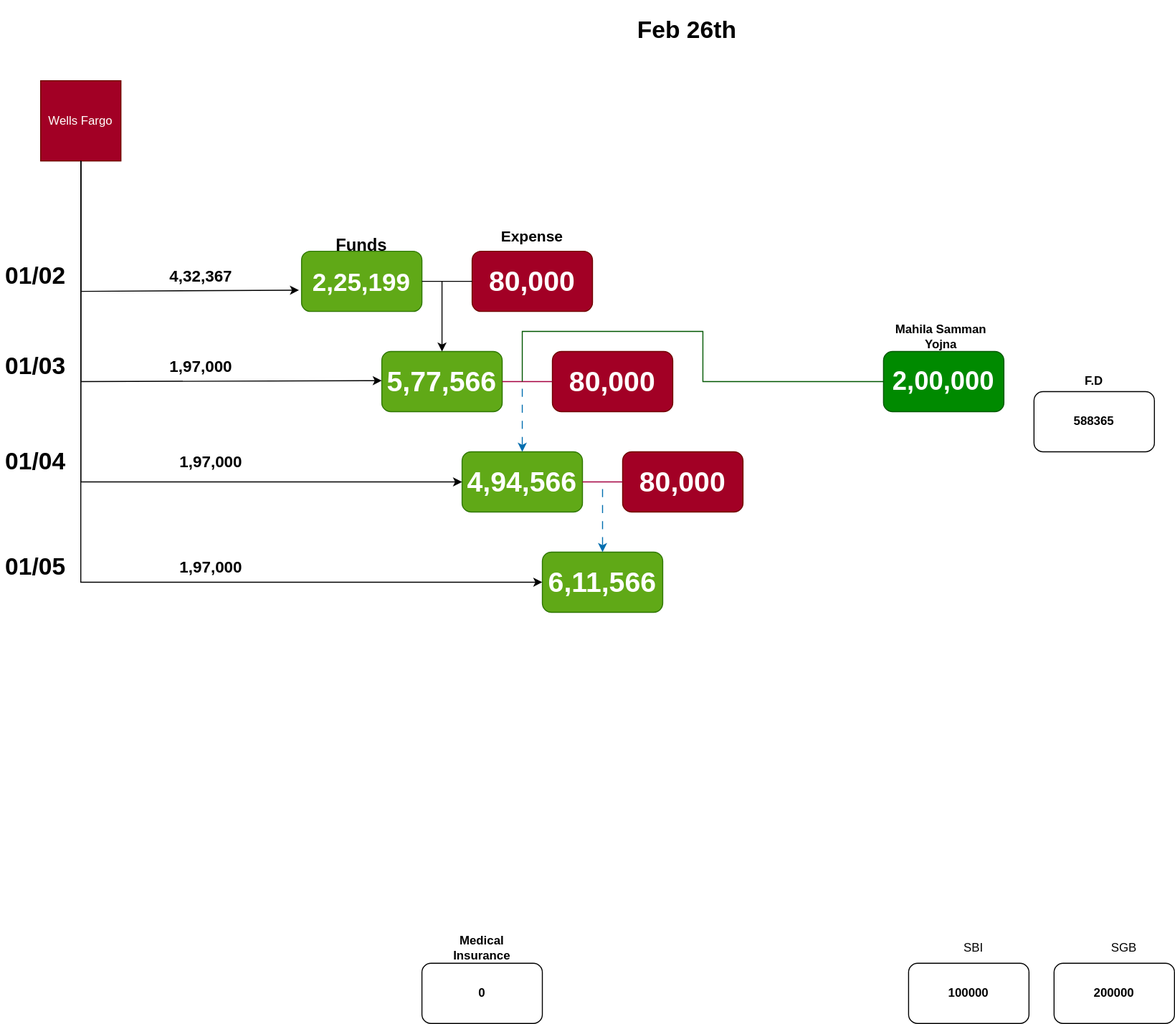
The draw.io diagram Investments.drawio.svg in uchiharizvi/design-diagrams, before a commit. Source tidied: cells renumbered, new cells last; positions are measured from the earlier drawing's top-left corner, leaving out a move shared by most shapes.
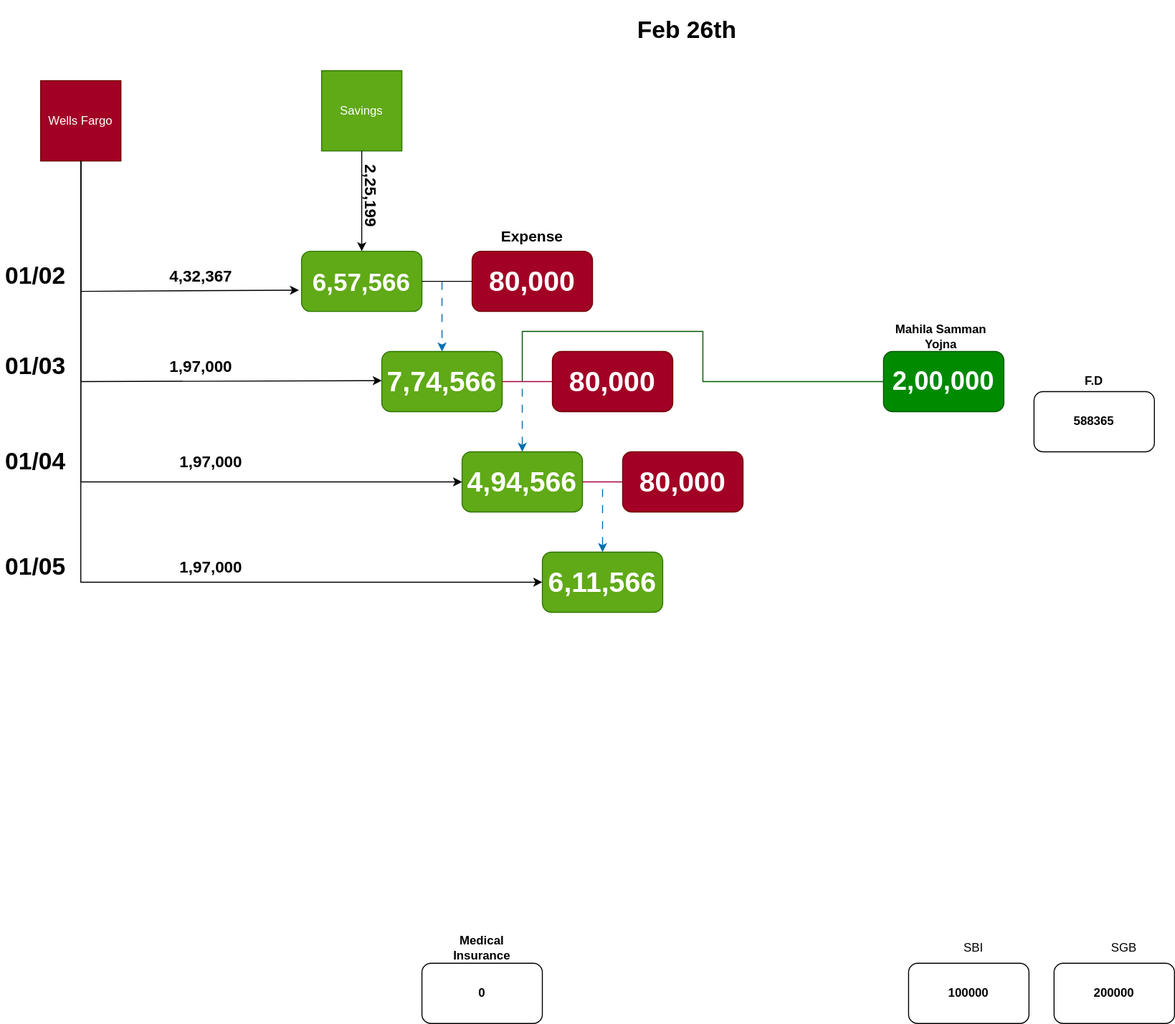
The same diagram one commit later.

Change to the diagram source:
```diff
@@ -2,7 +2,7 @@
   <root>
     <mxCell id="0" />
     <mxCell id="1" parent="0" />
-    <mxCell id="2" value="&lt;font style=&quot;font-size: 25px;&quot;&gt;2,25,199&lt;/font&gt;" style="rounded=1;whiteSpace=wrap;html=1;fontStyle=1;fillColor=#60a917;fontColor=#ffffff;strokeColor=#2D7600;" parent="1" vertex="1">
+    <mxCell id="2" value="&lt;font style=&quot;font-size: 25px;&quot;&gt;6,57,566&lt;/font&gt;" style="rounded=1;whiteSpace=wrap;html=1;fontStyle=1;fillColor=#60a917;fontColor=#ffffff;strokeColor=#2D7600;" parent="1" vertex="1">
       <mxGeometry x="300" y="240" width="120" height="60" as="geometry" />
     </mxCell>
     <mxCell id="3" value="588365" style="rounded=1;whiteSpace=wrap;html=1;fontStyle=1;" parent="1" vertex="1">
@@ -17,9 +17,6 @@
     <mxCell id="6" value="&lt;font style=&quot;font-size: 28px;&quot;&gt;80,000&lt;/font&gt;" style="rounded=1;whiteSpace=wrap;html=1;fontStyle=1;fillColor=#a20025;fontColor=#ffffff;strokeColor=#6F0000;" parent="1" vertex="1">
       <mxGeometry x="470" y="240" width="120" height="60" as="geometry" />
     </mxCell>
-    <mxCell id="7" value="&lt;font style=&quot;font-size: 17px;&quot;&gt;&lt;b&gt;Funds&lt;/b&gt;&lt;/font&gt;" style="text;html=1;align=center;verticalAlign=middle;whiteSpace=wrap;rounded=0;" parent="1" vertex="1">
-      <mxGeometry x="330" y="220" width="60" height="30" as="geometry" />
-    </mxCell>
     <mxCell id="8" value="&lt;b&gt;&lt;font style=&quot;font-size: 15px;&quot;&gt;Expense&lt;/font&gt;&lt;/b&gt;" style="text;html=1;align=center;verticalAlign=middle;whiteSpace=wrap;rounded=0;" parent="1" vertex="1">
       <mxGeometry x="500" y="210" width="60" height="30" as="geometry" />
     </mxCell>
@@ -60,7 +57,7 @@
     <mxCell id="19" style="endArrow=none;html=1;rounded=0;exitX=1;exitY=0.5;exitDx=0;exitDy=0;entryX=0;entryY=0.5;entryDx=0;entryDy=0;" parent="1" edge="1" source="2" target="6">
       <mxGeometry relative="1" as="geometry" />
     </mxCell>
-    <mxCell id="20" value="&lt;font style=&quot;font-size: 28px;&quot;&gt;5,77,566&lt;/font&gt;" style="rounded=1;whiteSpace=wrap;html=1;fontStyle=1;fillColor=#60a917;fontColor=#ffffff;strokeColor=#2D7600;" parent="1" vertex="1">
+    <mxCell id="20" value="&lt;font style=&quot;font-size: 28px;&quot;&gt;7,74,566&lt;/font&gt;" style="rounded=1;whiteSpace=wrap;html=1;fontStyle=1;fillColor=#60a917;fontColor=#ffffff;strokeColor=#2D7600;" parent="1" vertex="1">
       <mxGeometry x="380" y="340" width="120" height="60" as="geometry" />
     </mxCell>
     <mxCell id="21" value="&lt;h1&gt;01/03&lt;/h1&gt;" style="text;html=1;spacing=5;spacingTop=-20;whiteSpace=wrap;overflow=hidden;rounded=0;" parent="1" vertex="1">
@@ -69,7 +66,7 @@
     <mxCell id="22" value="&lt;h1&gt;01/02&lt;/h1&gt;" style="text;html=1;spacing=5;spacingTop=-20;whiteSpace=wrap;overflow=hidden;rounded=0;" parent="1" vertex="1">
       <mxGeometry y="245" width="70" height="40" as="geometry" />
     </mxCell>
-    <mxCell id="23" style="endArrow=classic;html=1;rounded=0;entryX=0.5;entryY=0;entryDx=0;entryDy=0;" parent="1" edge="1" target="20">
+    <mxCell id="23" style="endArrow=classic;html=1;rounded=0;entryX=0.5;entryY=0;entryDx=0;entryDy=0;fillColor=#1ba1e2;strokeColor=#006EAF;flowAnimation=1;" parent="1" edge="1" target="20">
       <mxGeometry relative="1" as="geometry">
         <mxPoint x="440" y="270" as="sourcePoint" />
       </mxGeometry>
@@ -156,5 +153,18 @@
     <mxCell id="41" style="endArrow=none;html=1;rounded=0;exitX=1;exitY=0.5;exitDx=0;exitDy=0;fillColor=#d80073;strokeColor=#A50040;entryX=0;entryY=0.5;entryDx=0;entryDy=0;" parent="1" edge="1" source="25" target="29">
       <mxGeometry relative="1" as="geometry" />
     </mxCell>
+    <mxCell id="42" value="Savings" style="whiteSpace=wrap;html=1;fillColor=#60a917;fontColor=#ffffff;strokeColor=#2D7600;" parent="1" vertex="1">
+      <mxGeometry x="320" y="60" width="80" height="80" as="geometry" />
+    </mxCell>
+    <mxCell id="43" style="endArrow=classic;html=1;rounded=0;exitX=0.5;exitY=1;exitDx=0;exitDy=0;entryX=0.5;entryY=0;entryDx=0;entryDy=0;" parent="1" edge="1" source="42" target="2">
+      <mxGeometry relative="1" as="geometry">
+        <Array as="points">
+          <mxPoint x="360" y="220" />
+        </Array>
+      </mxGeometry>
+    </mxCell>
+    <mxCell id="44" value="&lt;font style=&quot;font-size: 16px;&quot;&gt;2,25,199&lt;/font&gt;" style="text;html=1;align=center;verticalAlign=middle;whiteSpace=wrap;rounded=0;fontStyle=1;rotation=90;" parent="1" vertex="1">
+      <mxGeometry x="340" y="170" width="60" height="30" as="geometry" />
+    </mxCell>
   </root>
 </mxGraphModel>
```
